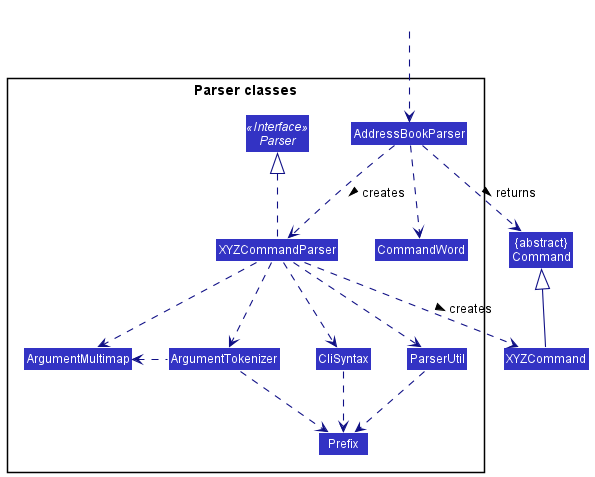
nus-cs2103-AY2122S1/tp keeps this PlantUML diagram as docs/images/ParserClasses.png. Above is the earlier version. The source it was exported from:
```plantuml
@startuml
!include style.puml
skinparam arrowThickness 1.1
skinparam arrowColor LOGIC_COLOR_T4
skinparam classBackgroundColor LOGIC_COLOR

Class "{abstract}\nCommand" as Command
Class XYZCommand

package "Parser classes"{
Interface Parser <<Interface>>
Class AddressBookParser
Class XYZCommandParser
Class CliSyntax
Class ParserUtil
Class ArgumentMultimap
Class ArgumentTokenizer
Class Prefix
Class CommandWord
}

Class HiddenOutside #FFFFFF
HiddenOutside ..> AddressBookParser

AddressBookParser .down.> XYZCommandParser: creates >

XYZCommandParser ..> XYZCommand : creates >
AddressBookParser ..> Command : returns >
AddressBookParser ..> CommandWord
XYZCommandParser .up.|> Parser
XYZCommandParser ..> ArgumentMultimap
XYZCommandParser ..> ArgumentTokenizer
ArgumentTokenizer .left.> ArgumentMultimap
XYZCommandParser ..> CliSyntax
CliSyntax ..> Prefix
XYZCommandParser ..> ParserUtil
ParserUtil .down.> Prefix
ArgumentTokenizer .down.> Prefix
XYZCommand -up-|> Command
@enduml
```
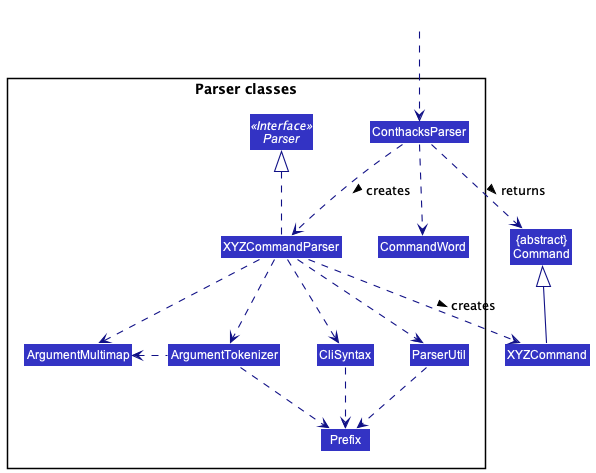
The same file after the commit.

Diff of the diagram source:
```diff
@@ -9,7 +9,7 @@
 
 package "Parser classes"{
 Interface Parser <<Interface>>
-Class AddressBookParser
+Class ConthacksParser
 Class XYZCommandParser
 Class CliSyntax
 Class ParserUtil
@@ -20,13 +20,13 @@
 }
 
 Class HiddenOutside #FFFFFF
-HiddenOutside ..> AddressBookParser
+HiddenOutside ..> ConthacksParser
 
-AddressBookParser .down.> XYZCommandParser: creates >
+ConthacksParser .down.> XYZCommandParser: creates >
 
 XYZCommandParser ..> XYZCommand : creates >
-AddressBookParser ..> Command : returns >
-AddressBookParser ..> CommandWord
+ConthacksParser ..> Command : returns >
+ConthacksParser ..> CommandWord
 XYZCommandParser .up.|> Parser
 XYZCommandParser ..> ArgumentMultimap
 XYZCommandParser ..> ArgumentTokenizer
```
